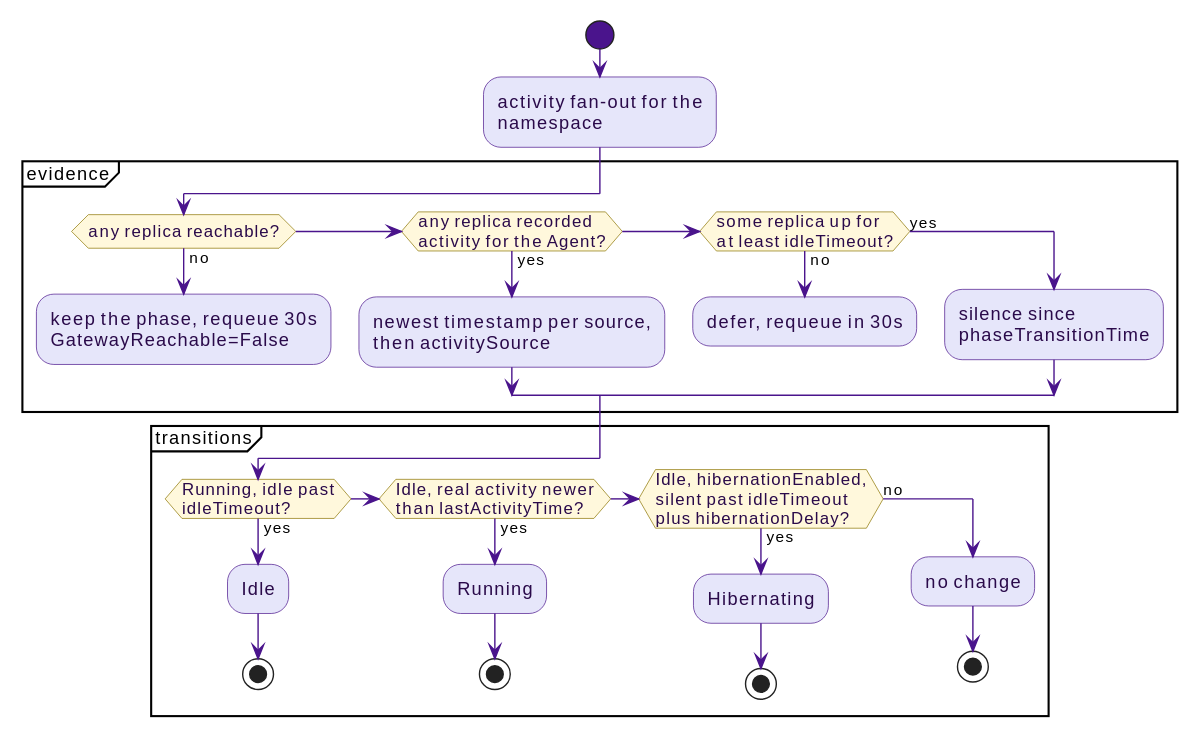
Above: docs/src/diagrams/activity-data-missing.svg in win07xp/kaalm (PlantUML), before the change. Its diagram source:
```plantuml
@startuml
!include _style.puml

start
:activity fan-out for the namespace;

partition "evidence" {
  if (any replica reachable?) then (no)
    :keep the phase, requeue 30s\nGatewayReachable=False;
    kill
  elseif (any replica recorded\nactivity for the Agent?) then (yes)
    :newest timestamp per source,\nthen activitySource;
  elseif (some replica up for\nat least idleTimeout?) then (no)
    :defer, requeue in 30s;
    kill
  else (yes)
    :silence since\nphaseTransitionTime;
  endif
}

partition "transitions" {
  if (Running, idle past\nidleTimeout?) then (yes)
    :Idle;
    stop
  elseif (Idle, real activity newer\nthan lastActivityTime?) then (yes)
    :Running;
    stop
  elseif (Idle, hibernationEnabled,\nsilent past idleTimeout\nplus hibernationDelay?) then (yes)
    :Hibernating;
    stop
  else (no)
    :no change;
    stop
  endif
}
@enduml
```
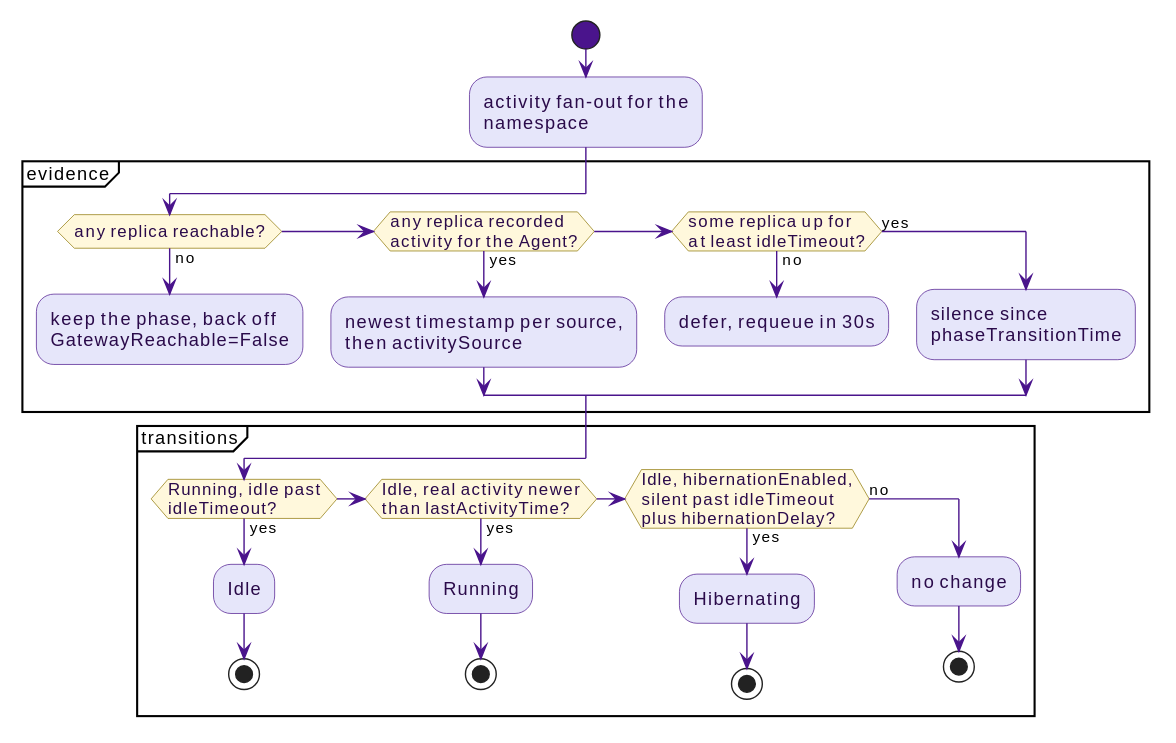
The same file after the commit.

Diff of the diagram source:
```diff
@@ -6,7 +6,7 @@
 
 partition "evidence" {
   if (any replica reachable?) then (no)
-    :keep the phase, requeue 30s\nGatewayReachable=False;
+    :keep the phase, back off\nGatewayReachable=False;
     kill
   elseif (any replica recorded\nactivity for the Agent?) then (yes)
     :newest timestamp per source,\nthen activitySource;
```
